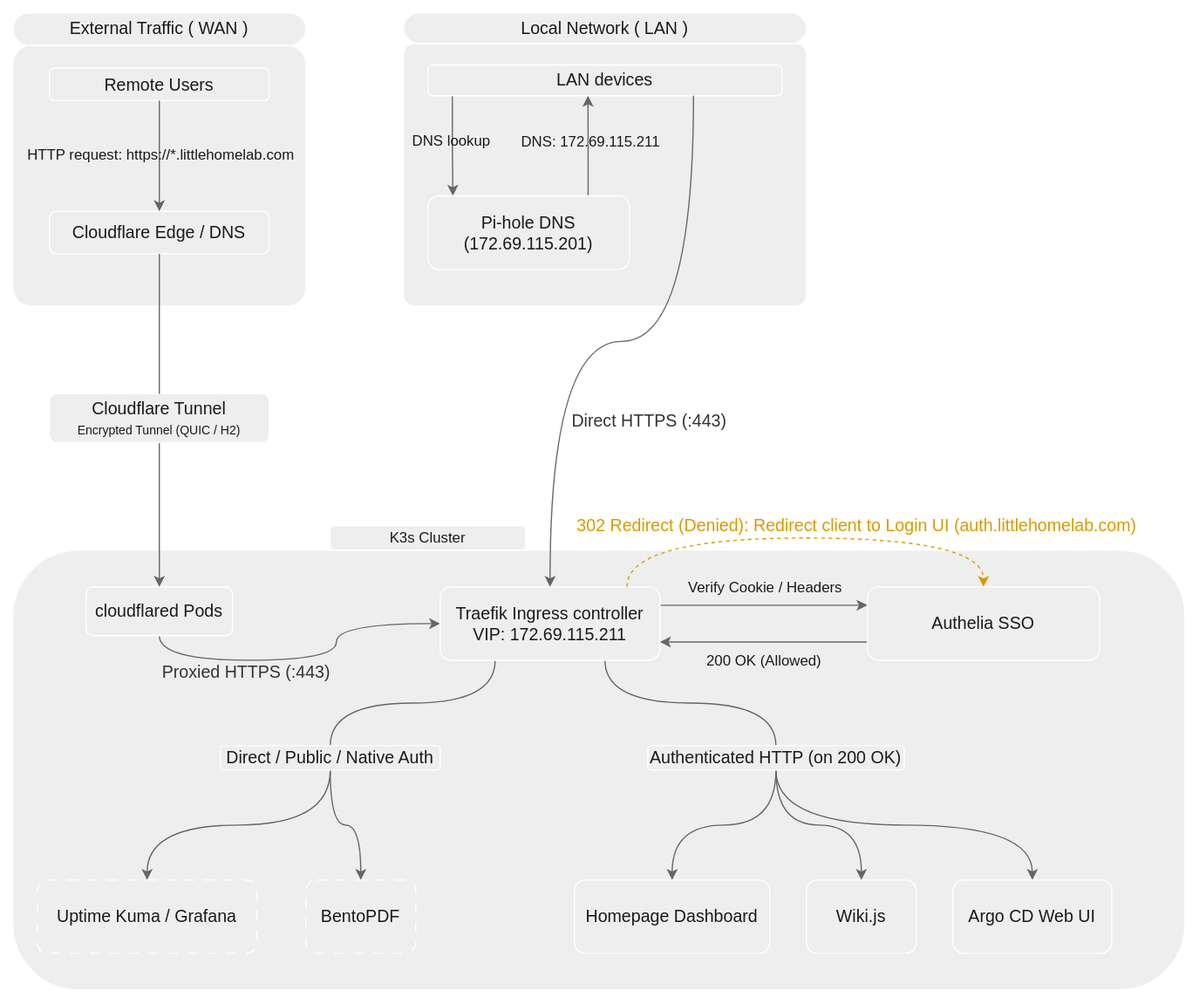
Before: docs/assets/architecture.drawio.svg, a diagram exported from draw.io (hidalgowhat/littlehomelab-infra). Source tidied: cells renumbered, new cells last; positions are measured from the earlier drawing's top-left corner, leaving out a move shared by most shapes.
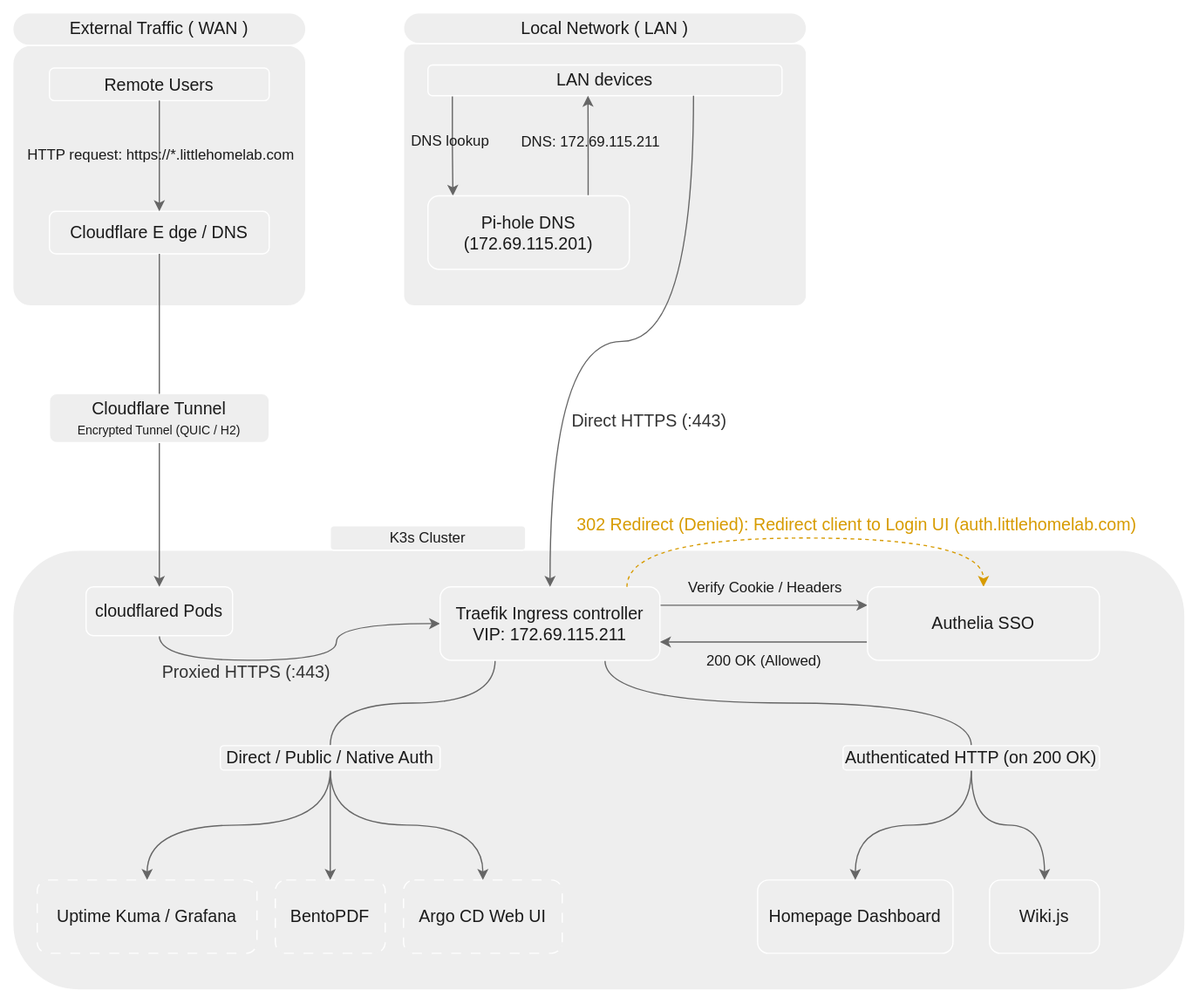
After the change.

Commit message:
Update architecture diagram to match network architecture

Diff of the diagram source:
```diff
@@ -134,23 +134,20 @@
       <mxGeometry x="700" y="470" width="190" height="60.1" as="geometry" />
     </mxCell>
     <mxCell id="38" value="Homepage Dashboard" style="rounded=1;whiteSpace=wrap;html=1;strokeColor=#FFFFFF;align=center;verticalAlign=middle;fontFamily=Helvetica;fontSize=14;fontColor=#1A1A1A;labelBackgroundColor=none;fillColor=#EEEEEE;roundedPerimeter=1;" parent="1" vertex="1">
-      <mxGeometry x="460" y="710" width="160" height="60" as="geometry" />
+      <mxGeometry x="610" y="710" width="160" height="60" as="geometry" />
     </mxCell>
     <mxCell id="39" value="Wiki.js" style="rounded=1;whiteSpace=wrap;html=1;strokeColor=#FFFFFF;align=center;verticalAlign=middle;fontFamily=Helvetica;fontSize=14;fontColor=#1A1A1A;labelBackgroundColor=none;fillColor=#EEEEEE;roundedPerimeter=1;" parent="1" vertex="1">
-      <mxGeometry x="650" y="710" width="90" height="60" as="geometry" />
+      <mxGeometry x="800" y="710" width="90" height="60" as="geometry" />
     </mxCell>
-    <mxCell id="40" value="Argo CD Web UI" style="rounded=1;whiteSpace=wrap;html=1;strokeColor=#FFFFFF;align=center;verticalAlign=middle;fontFamily=Helvetica;fontSize=14;fontColor=#1A1A1A;labelBackgroundColor=none;fillColor=#EEEEEE;roundedPerimeter=1;" parent="1" vertex="1">
-      <mxGeometry x="770" y="710" width="130" height="60" as="geometry" />
+    <mxCell id="40" value="Argo CD Web UI" style="rounded=1;whiteSpace=wrap;html=1;strokeColor=light-dark(#FFFFFF, #1a4966);align=center;verticalAlign=middle;fontFamily=Helvetica;fontSize=14;fontColor=#1A1A1A;labelBackgroundColor=none;fillColor=#EEEEEE;roundedPerimeter=1;dashed=1;dashPattern=8 8;" parent="1" vertex="1">
+      <mxGeometry x="320" y="710" width="130" height="60" as="geometry" />
     </mxCell>
     <mxCell id="41" value="BentoPDF" style="rounded=1;whiteSpace=wrap;html=1;strokeColor=light-dark(#FFFFFF, #1a4966);align=center;verticalAlign=middle;fontFamily=Helvetica;fontSize=14;fontColor=#1A1A1A;labelBackgroundColor=none;fillColor=#EEEEEE;roundedPerimeter=1;dashed=1;dashPattern=8 8;" parent="1" vertex="1">
-      <mxGeometry x="240" y="710" width="90" height="60" as="geometry" />
+      <mxGeometry x="215" y="710" width="90" height="60" as="geometry" />
     </mxCell>
     <mxCell id="42" value="Uptime Kuma / Grafana" style="rounded=1;whiteSpace=wrap;html=1;strokeColor=light-dark(#FFFFFF, #1a4966);align=center;verticalAlign=middle;fontFamily=Helvetica;fontSize=14;fontColor=#1A1A1A;labelBackgroundColor=none;fillColor=#EEEEEE;roundedPerimeter=1;dashed=1;dashPattern=8 8;" parent="1" vertex="1">
       <mxGeometry x="20" y="710" width="180" height="60" as="geometry" />
     </mxCell>
-    <mxCell id="43" style="edgeStyle=orthogonalEdgeStyle;rounded=0;jettySize=auto;html=1;curved=1;curveGeometry=1;strokeColor=#666666;align=center;verticalAlign=middle;fontFamily=Helvetica;fontSize=11;fontColor=default;labelBackgroundColor=none;endArrow=classic;fillColor=#f5f5f5;exitX=0.5;exitY=1;exitDx=0;exitDy=0;" parent="1" edge="1" source="46" target="40">
-      <mxGeometry relative="1" as="geometry" />
-    </mxCell>
     <mxCell id="44" style="edgeStyle=orthogonalEdgeStyle;rounded=0;jettySize=auto;html=1;exitX=0.5;exitY=1;exitDx=0;exitDy=0;entryX=0.5;entryY=0;entryDx=0;entryDy=0;curved=1;curveGeometry=1;strokeColor=#666666;align=center;verticalAlign=middle;fontFamily=Helvetica;fontSize=11;fontColor=default;labelBackgroundColor=none;endArrow=classic;fillColor=#f5f5f5;" parent="1" edge="1" source="46" target="39">
       <mxGeometry relative="1" as="geometry" />
     </mxCell>
@@ -158,7 +155,7 @@
       <mxGeometry relative="1" as="geometry" />
     </mxCell>
     <mxCell id="46" value="Authenticated HTTP (on 200 OK)" style="rounded=1;whiteSpace=wrap;html=1;fontSize=14;labelBackgroundColor=none;roundedPerimeter=1;fillColor=#EEEEEE;strokeColor=#FFFFFF;fontColor=#1A1A1A;" parent="1" vertex="1">
-      <mxGeometry x="520" y="600" width="210" height="20" as="geometry" />
+      <mxGeometry x="680" y="600" width="210" height="20" as="geometry" />
     </mxCell>
     <mxCell id="47" style="edgeStyle=orthogonalEdgeStyle;shape=connector;curved=1;rounded=0;curveGeometry=1;jettySize=auto;html=1;entryX=0.5;entryY=0;entryDx=0;entryDy=0;strokeColor=#666666;align=center;verticalAlign=middle;fontFamily=Helvetica;fontSize=11;fontColor=default;labelBackgroundColor=none;endArrow=classic;fillColor=#f5f5f5;" parent="1" edge="1" source="49" target="42">
       <mxGeometry relative="1" as="geometry" />
@@ -166,6 +163,9 @@
     <mxCell id="48" style="edgeStyle=orthogonalEdgeStyle;shape=connector;curved=1;rounded=0;curveGeometry=1;jettySize=auto;html=1;exitX=0.5;exitY=1;exitDx=0;exitDy=0;entryX=0.5;entryY=0;entryDx=0;entryDy=0;strokeColor=#666666;align=center;verticalAlign=middle;fontFamily=Helvetica;fontSize=11;fontColor=default;labelBackgroundColor=none;endArrow=classic;fillColor=#f5f5f5;" parent="1" edge="1" source="49" target="41">
       <mxGeometry relative="1" as="geometry" />
     </mxCell>
+    <mxCell id="50" style="edgeStyle=orthogonalEdgeStyle;shape=connector;curved=1;rounded=0;curveGeometry=1;jettySize=auto;html=1;exitX=0.5;exitY=1;exitDx=0;exitDy=0;entryX=0.5;entryY=0;entryDx=0;entryDy=0;strokeColor=#666666;align=center;verticalAlign=middle;fontFamily=Helvetica;fontSize=11;fontColor=default;labelBackgroundColor=none;endArrow=classic;fillColor=#f5f5f5;" parent="1" edge="1" source="49" target="40">
+      <mxGeometry relative="1" as="geometry" />
+    </mxCell>
     <mxCell id="49" value="Direct / Public / Native Auth" style="rounded=1;whiteSpace=wrap;html=1;fontSize=14;labelBackgroundColor=none;roundedPerimeter=1;fillColor=#EEEEEE;strokeColor=#FFFFFF;fontColor=#1A1A1A;" parent="1" vertex="1">
       <mxGeometry x="170" y="600" width="180" height="20" as="geometry" />
     </mxCell>
```
